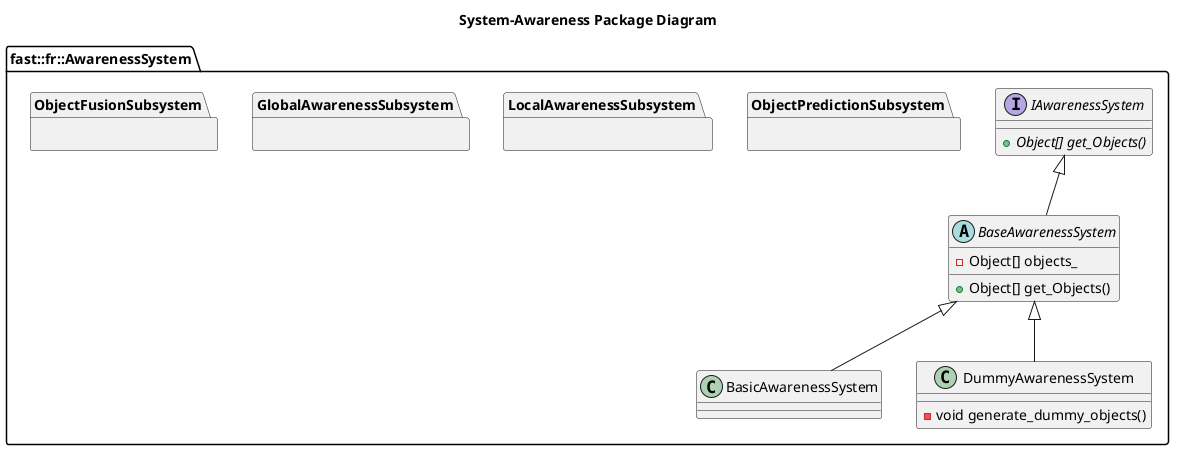
Before: Systems/Awareness/puml/SystemAwarenessPackageDiagram.png, a diagram exported from PlantUML (fastrobotics/robot_framework). The source it was exported from:
```plantuml
@startuml
title System-Awareness Package Diagram

namespace fast::fr::AwarenessSystem {
  together {
    namespace ObjectFusionSubsystem {

    }
    namespace GlobalAwarenessSubsystem {

    }
    namespace LocalAwarenessSubsystem {

    }
    namespace ObjectPredictionSubsystem {

    }
  }
  interface IAwarenessSystem {
    +{abstract} Object[] get_Objects()
  }
  abstract BaseAwarenessSystem {
    +Object[] get_Objects()
    -Object[] objects_
  }
  IAwarenessSystem <|-- BaseAwarenessSystem
  class BasicAwarenessSystem {

  }
  BaseAwarenessSystem <|-- BasicAwarenessSystem
  class DummyAwarenessSystem {
    -void generate_dummy_objects()

  }
  BaseAwarenessSystem <|-- DummyAwarenessSystem

}
@enduml
```
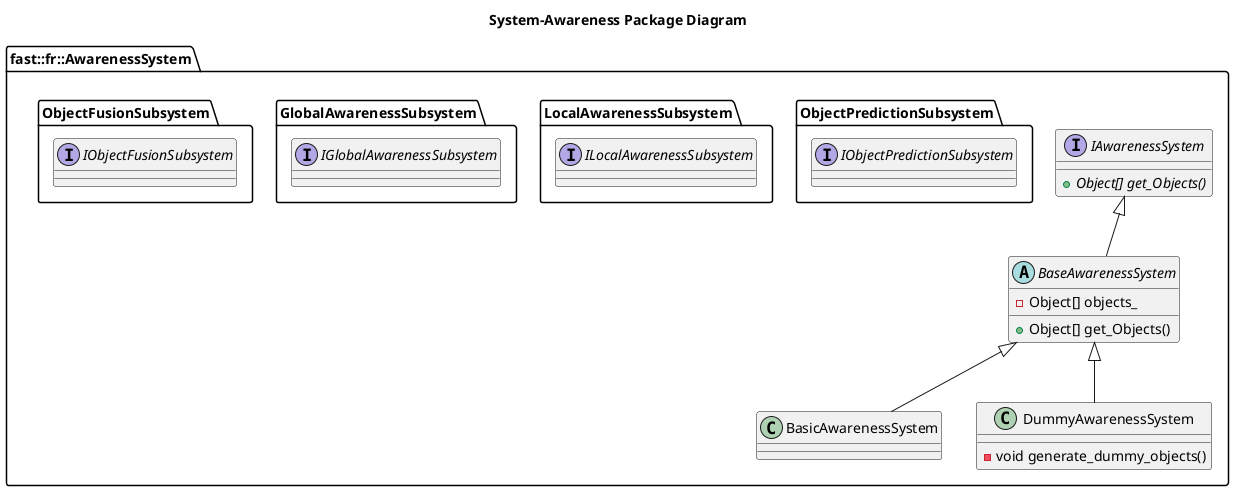
Above is the later version.

The edit, as a diff of the source:
```diff
@@ -4,16 +4,17 @@
 namespace fast::fr::AwarenessSystem {
   together {
     namespace ObjectFusionSubsystem {
+      interface IObjectFusionSubsystem
 
     }
     namespace GlobalAwarenessSubsystem {
-
+      interface IGlobalAwarenessSubsystem
     }
     namespace LocalAwarenessSubsystem {
-
+      interface ILocalAwarenessSubsystem
     }
     namespace ObjectPredictionSubsystem {
-
+      interface IObjectPredictionSubsystem
     }
   }
   interface IAwarenessSystem {
```
